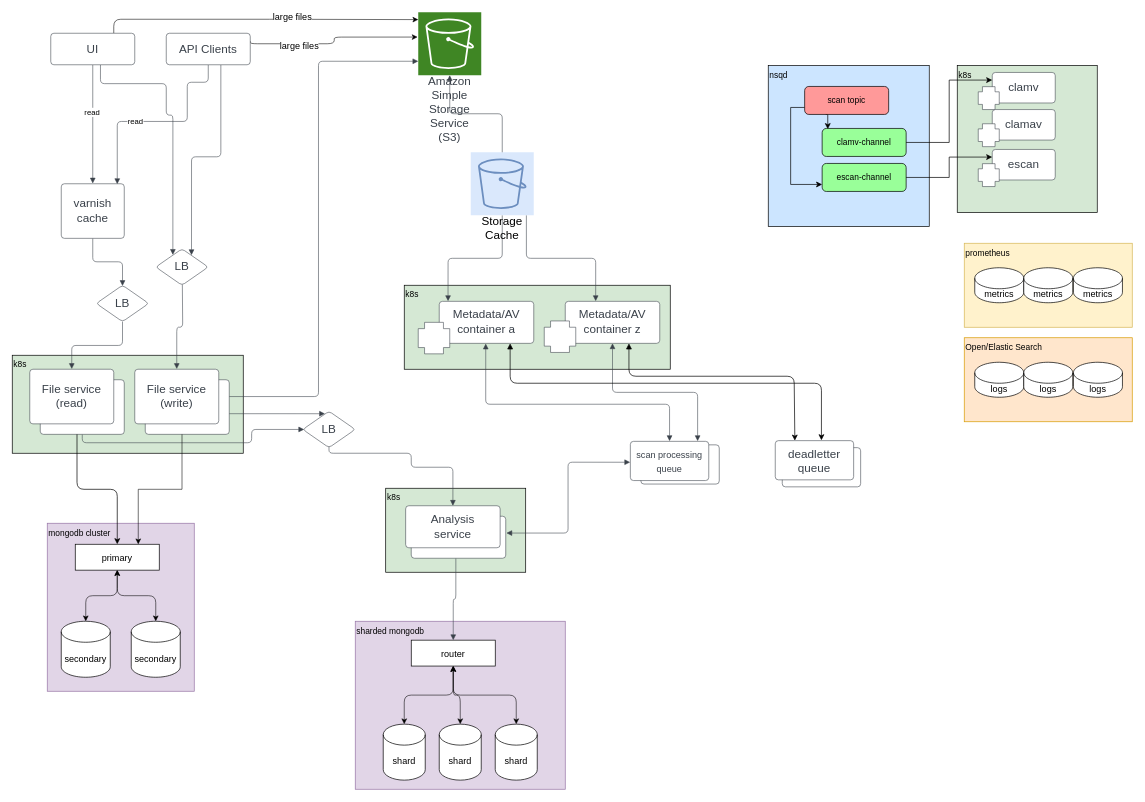
drsnyder/drawio keeps this draw.io diagram as vt/Virus Total V0.drawio. Above is the earlier version. Source tidied: cells renumbered, new cells numbered last; positions are measured from the earlier drawing's top-left corner, leaving out a move shared by most shapes. Both pictures are drawn from the tidied source at 70%, with x=0, y=0 at pixel (12, 12).
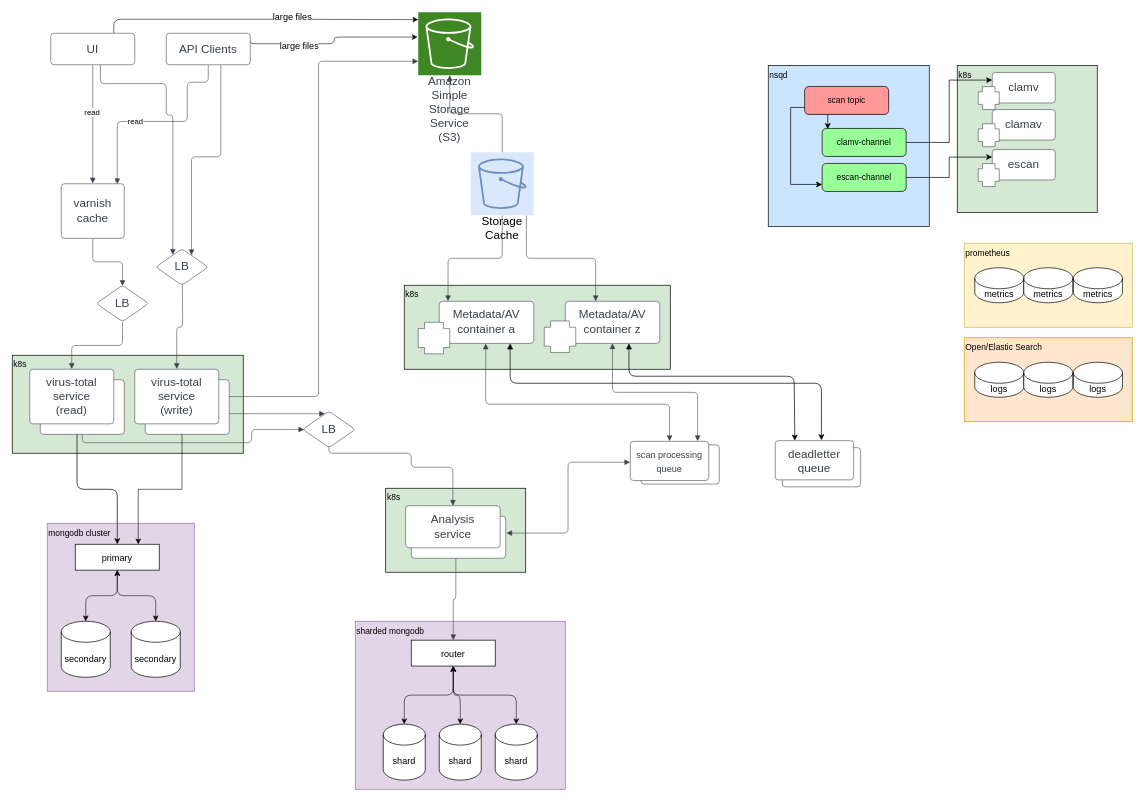
The same diagram, later.

The change refers to these unchanged cells:
```xml
<mxCell id="41" style="group;" parent="1" vertex="1">
  <mxGeometry x="25" y="510" width="135" height="93" as="geometry" />
</mxCell>
<mxCell id="44" style="group;" parent="1" vertex="1">
  <mxGeometry x="175" y="510" width="135" height="93" as="geometry" />
</mxCell>
```

Change to the diagram source:
```diff
@@
-    <mxCell id="43" value="File service&lt;br&gt;(read)" style="html=1;overflow=block;blockSpacing=1;whiteSpace=wrap;fontSize=16.7;fontColor=#3a414a;spacing=9;strokeColor=#3a414a;strokeOpacity=100;rounded=1;absoluteArcSize=1;arcSize=9;strokeWidth=0.8;lucidId=7O-AwI3FcKb8;" parent="41" vertex="1">
+    <mxCell id="43" value="virus-total service&lt;br&gt;(read)" style="html=1;overflow=block;blockSpacing=1;whiteSpace=wrap;fontSize=16.7;fontColor=#3a414a;spacing=9;strokeColor=#3a414a;strokeOpacity=100;rounded=1;absoluteArcSize=1;arcSize=9;strokeWidth=0.8;lucidId=7O-AwI3FcKb8;" parent="41" vertex="1">
       <mxGeometry width="120" height="78" as="geometry" />
     </mxCell>
@@
-    <mxCell id="46" value="File service&lt;br&gt;(write)" style="html=1;overflow=block;blockSpacing=1;whiteSpace=wrap;fontSize=16.7;fontColor=#3a414a;spacing=9;strokeColor=#3a414a;strokeOpacity=100;rounded=1;absoluteArcSize=1;arcSize=9;strokeWidth=0.8;lucidId=PJ-AoIGXcERA;" parent="44" vertex="1">
+    <mxCell id="46" value="virus-total service&lt;br&gt;(write)" style="html=1;overflow=block;blockSpacing=1;whiteSpace=wrap;fontSize=16.7;fontColor=#3a414a;spacing=9;strokeColor=#3a414a;strokeOpacity=100;rounded=1;absoluteArcSize=1;arcSize=9;strokeWidth=0.8;lucidId=PJ-AoIGXcERA;" parent="44" vertex="1">
       <mxGeometry width="120" height="78" as="geometry" />
     </mxCell>
```
